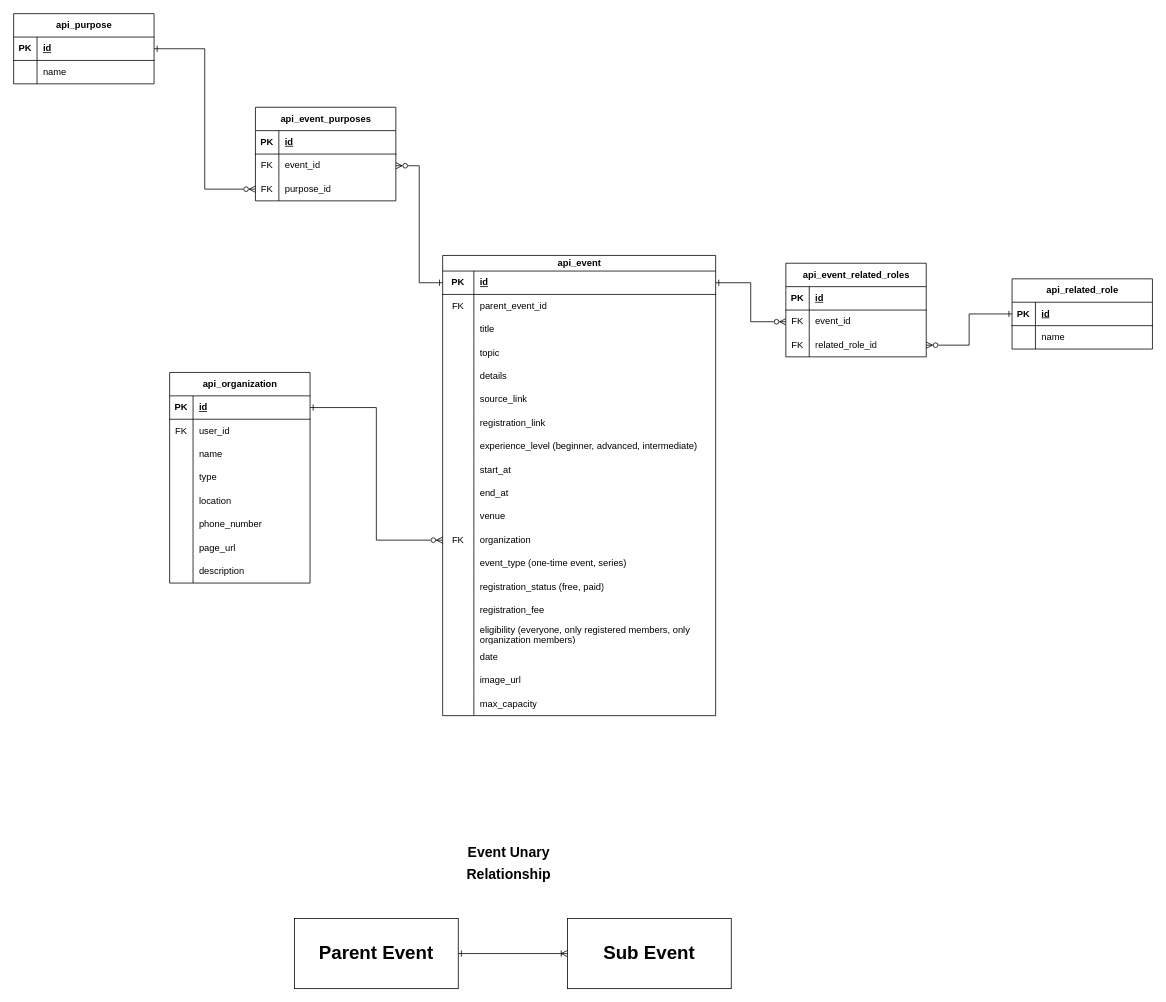
Before: page "Events" (1 of 6) of 2Gether.drawio in RHILIUS/drawio, a draw.io diagram. Source tidied: cells renumbered, new cells numbered last; positions are measured from the earlier drawing's top-left corner, leaving out a move shared by most shapes. Both pictures are drawn from the tidied source at 78%, with x=0, y=0 at pixel (13, 13).
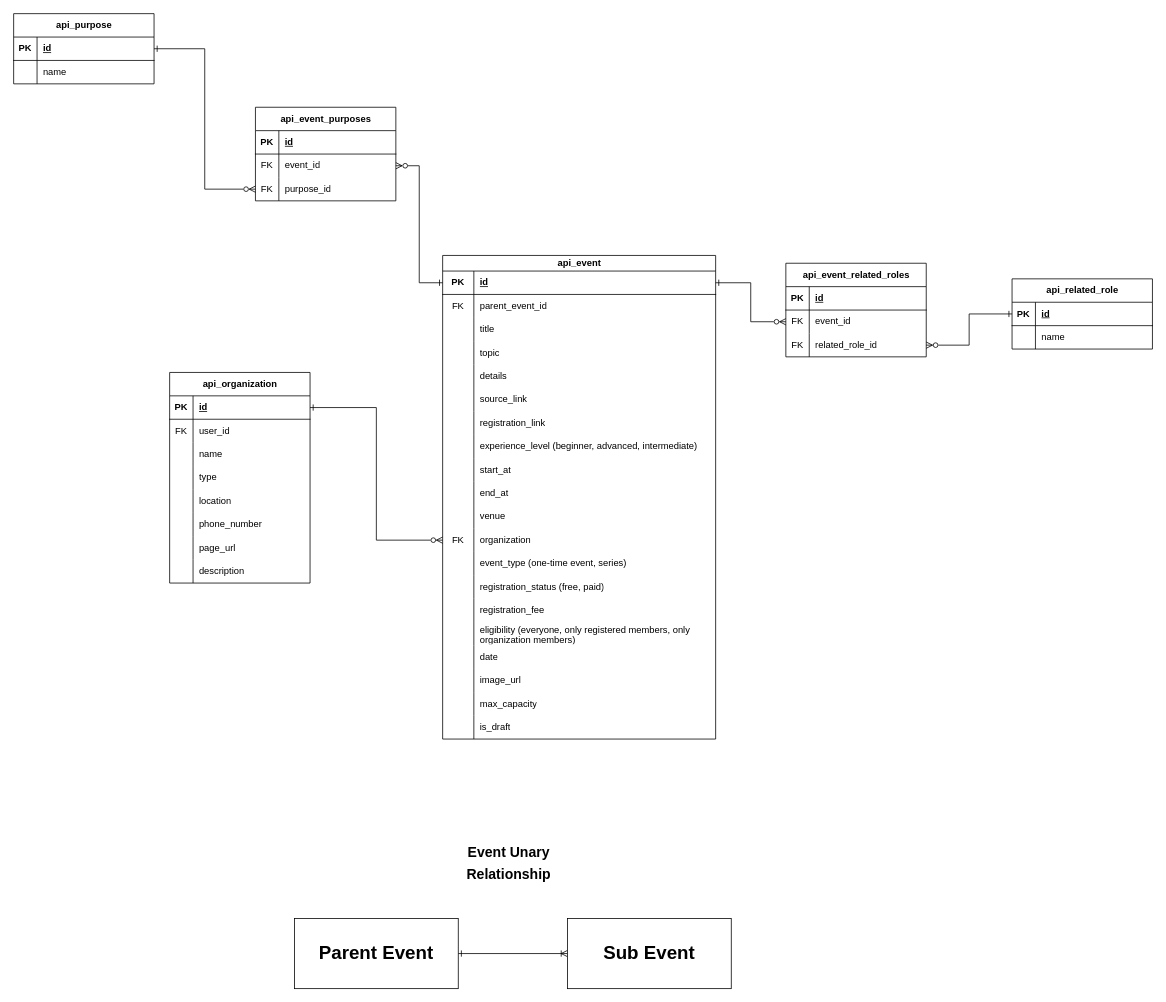
The same diagram, later.

The edit, as a diff of the source:
```diff
@@
     <mxCell id="2" value="api_event" style="shape=table;startSize=20;childLayout=tableLayout;rowLines=0;fontStyle=1;align=center;html=1;" parent="1" vertex="1">
-      <mxGeometry x="550" y="310" width="350" height="590" as="geometry" />
+      <mxGeometry x="550" y="310" width="350" height="620" as="geometry" />
     </mxCell>
@@
+    <mxCell id="128" style="shape=tableRow;horizontal=0;startSize=0;swimlaneHead=0;swimlaneBody=0;fillColor=none;top=0;left=0;right=0;bottom=0;" parent="2" vertex="1">
+      <mxGeometry y="590" width="350" height="30" as="geometry" />
+    </mxCell>
+    <mxCell id="129" style="shape=partialRectangle;fillColor=none;top=0;left=0;bottom=0;right=0;overflow=hidden;whiteSpace=wrap;html=1;" parent="128" vertex="1">
+      <mxGeometry width="40" height="30" as="geometry" />
+    </mxCell>
+    <mxCell id="130" value="is_draft" style="shape=partialRectangle;fillColor=none;top=0;left=0;bottom=0;right=0;align=left;spacingLeft=6;overflow=hidden;whiteSpace=wrap;html=1;" parent="128" vertex="1">
+      <mxGeometry x="40" width="310" height="30" as="geometry" />
+    </mxCell>
```
